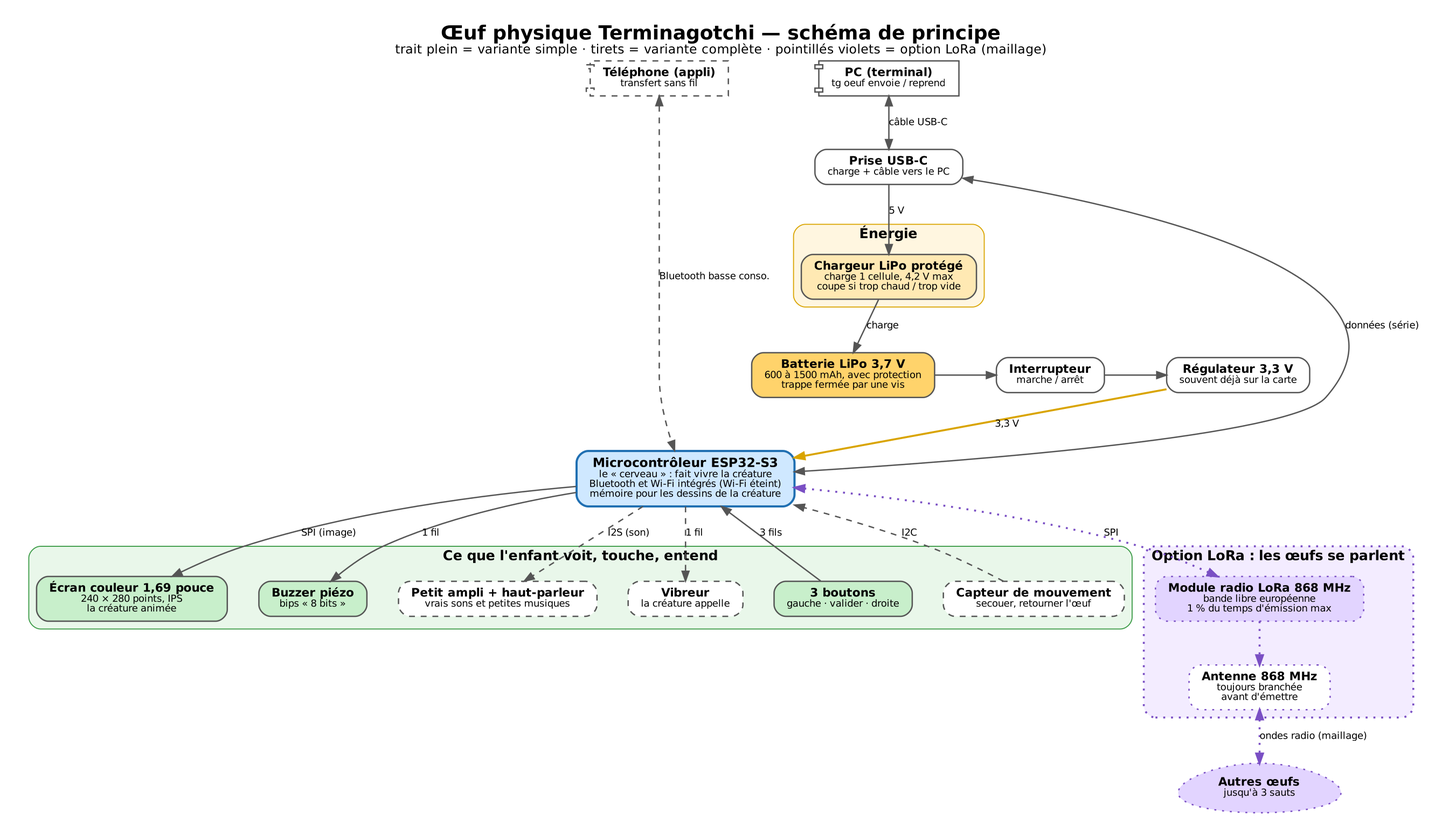
Before: docs/oeuf/schema_de_principe.png, a diagram exported from Graphviz (grecdel/terminagotchi). Its source is kept beside it as docs/oeuf/schema_de_principe.dot. Its diagram source:
```dot
digraph oeuf {
  graph [rankdir=TB, fontname="DejaVu Sans", fontsize=20, labelloc=t, nodesep=0.45, ranksep=0.6,
         bgcolor="white", pad=0.3,
         label=<<b>Œuf physique Terminagotchi — schéma de principe</b><br/><font point-size="13">trait plein = variante simple · tirets = variante complète · pointillés violets = option LoRa (maillage)</font>>];
  node  [fontname="DejaVu Sans", fontsize=12, shape=box, style="rounded,filled", fillcolor="#f2f2f2", color="#555555", penwidth=1.4, margin="0.18,0.10"];
  edge  [fontname="DejaVu Sans", fontsize=10, color="#555555", penwidth=1.4];

  subgraph cluster_energie {
    label=<<b>Énergie</b>>; style="rounded,filled"; fillcolor="#fff6e0"; color="#d9a400"; fontsize=14;
    usb      [label=<<b>Prise USB-C</b><br/><font point-size="10">charge + câble vers le PC</font>>, fillcolor="#ffffff"];
    chargeur [label=<<b>Chargeur LiPo protégé</b><br/><font point-size="10">charge 1 cellule, 4,2 V max<br/>coupe si trop chaud / trop vide</font>>, fillcolor="#ffe9b3"];
    batterie [label=<<b>Batterie LiPo 3,7 V</b><br/><font point-size="10">600 à 1500 mAh, avec protection<br/>trappe fermée par une vis</font>>, fillcolor="#ffd36b"];
    inter    [label=<<b>Interrupteur</b><br/><font point-size="10">marche / arrêt</font>>, fillcolor="#ffffff"];
    regul    [label=<<b>Régulateur 3,3 V</b><br/><font point-size="10">souvent déjà sur la carte</font>>, fillcolor="#ffffff"];
  }

  mcu [label=<<b>Microcontrôleur ESP32-S3</b><br/><font point-size="10">le « cerveau » : fait vivre la créature<br/>Bluetooth et Wi-Fi intégrés (Wi-Fi éteint)<br/>mémoire pour les dessins de la créature</font>>,
       fillcolor="#cfe8ff", color="#1f6fb2", penwidth=2.2, fontsize=13];

  subgraph cluster_interface {
    label=<<b>Ce que l'enfant voit, touche, entend</b>>; style="rounded,filled"; fillcolor="#e9f7ea"; color="#3a9a45"; fontsize=14;
    ecran   [label=<<b>Écran couleur 1,69 pouce</b><br/><font point-size="10">240 × 280 points, IPS<br/>la créature animée</font>>, fillcolor="#c8efcb"];
    boutons [label=<<b>3 boutons</b><br/><font point-size="10">gauche · valider · droite</font>>, fillcolor="#c8efcb"];
    buzzer  [label=<<b>Buzzer piézo</b><br/><font point-size="10">bips « 8 bits »</font>>, fillcolor="#c8efcb"];
    ampli   [label=<<b>Petit ampli + haut-parleur</b><br/><font point-size="10">vrais sons et petites musiques</font>>, fillcolor="#ffffff", style="rounded,filled,dashed"];
    capteur [label=<<b>Capteur de mouvement</b><br/><font point-size="10">secouer, retourner l'œuf</font>>, fillcolor="#ffffff", style="rounded,filled,dashed"];
    vibreur [label=<<b>Vibreur</b><br/><font point-size="10">la créature appelle</font>>, fillcolor="#ffffff", style="rounded,filled,dashed"];
  }

  subgraph cluster_lora {
    label=<<b>Option LoRa : les œufs se parlent</b>>; style="rounded,filled,dotted"; fillcolor="#f3ecff"; color="#7a4fc4"; fontsize=14; penwidth=2;
    lora    [label=<<b>Module radio LoRa 868 MHz</b><br/><font point-size="10">bande libre européenne<br/>1 % du temps d'émission max</font>>, fillcolor="#e2d4ff", style="rounded,filled,dotted", color="#7a4fc4"];
    antenne [label=<<b>Antenne 868 MHz</b><br/><font point-size="10">toujours branchée<br/>avant d'émettre</font>>, fillcolor="#ffffff", style="rounded,filled,dotted", color="#7a4fc4"];
  }

  pc  [label=<<b>PC (terminal)</b><br/><font point-size="10">tg oeuf envoie / reprend</font>>, shape=component, fillcolor="#ffffff"];
  tel [label=<<b>Téléphone (appli)</b><br/><font point-size="10">transfert sans fil</font>>, shape=component, fillcolor="#ffffff", style="filled,dashed"];
  autres [label=<<b>Autres œufs</b><br/><font point-size="10">jusqu'à 3 sauts</font>>, shape=egg, fillcolor="#e2d4ff", style="filled,dotted", color="#7a4fc4"];

  usb -> chargeur [label="5 V"];
  chargeur -> batterie [label="charge"];
  batterie -> inter;
  inter -> regul;
  regul -> mcu [label="3,3 V", color="#d9a400", penwidth=2];

  pc -> usb [label="câble USB-C", dir=both];
  usb -> mcu [label="données (série)", dir=both, constraint=false];
  tel -> mcu [label="Bluetooth basse conso.", dir=both, style=dashed];

  mcu -> ecran   [label="SPI (image)"];
  boutons -> mcu [label="3 fils"];
  mcu -> buzzer  [label="1 fil"];
  mcu -> ampli   [label="I2S (son)", style=dashed];
  capteur -> mcu [label="I2C", style=dashed];
  mcu -> vibreur [label="1 fil", style=dashed];
  mcu -> lora    [label="SPI", dir=both, style=dotted, color="#7a4fc4", penwidth=2];
  lora -> antenne [style=dotted, color="#7a4fc4", penwidth=2];
  antenne -> autres [label="ondes radio (maillage)", dir=both, style=dotted, color="#7a4fc4", penwidth=2];

  { rank=same; pc; tel; }
  { rank=same; usb; }
  { rank=same; batterie; inter; regul; }
}
```
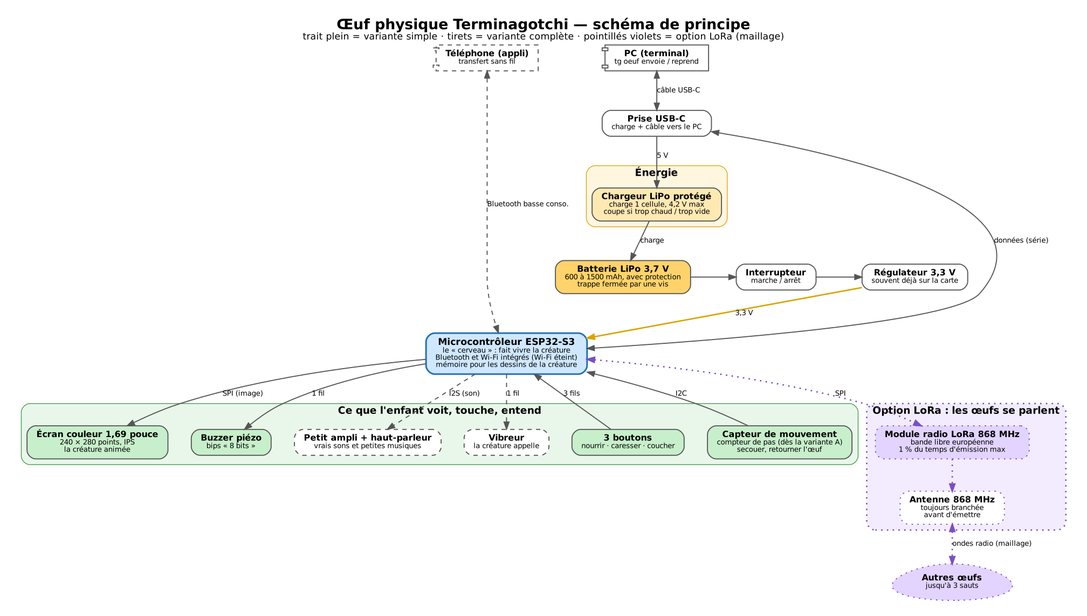
Above is the later version.

What changed in the source:
```diff
@@ -20,10 +20,10 @@
   subgraph cluster_interface {
     label=<<b>Ce que l'enfant voit, touche, entend</b>>; style="rounded,filled"; fillcolor="#e9f7ea"; color="#3a9a45"; fontsize=14;
     ecran   [label=<<b>Écran couleur 1,69 pouce</b><br/><font point-size="10">240 × 280 points, IPS<br/>la créature animée</font>>, fillcolor="#c8efcb"];
-    boutons [label=<<b>3 boutons</b><br/><font point-size="10">gauche · valider · droite</font>>, fillcolor="#c8efcb"];
+    boutons [label=<<b>3 boutons</b><br/><font point-size="10">nourrir · caresser · coucher</font>>, fillcolor="#c8efcb"];
     buzzer  [label=<<b>Buzzer piézo</b><br/><font point-size="10">bips « 8 bits »</font>>, fillcolor="#c8efcb"];
     ampli   [label=<<b>Petit ampli + haut-parleur</b><br/><font point-size="10">vrais sons et petites musiques</font>>, fillcolor="#ffffff", style="rounded,filled,dashed"];
-    capteur [label=<<b>Capteur de mouvement</b><br/><font point-size="10">secouer, retourner l'œuf</font>>, fillcolor="#ffffff", style="rounded,filled,dashed"];
+    capteur [label=<<b>Capteur de mouvement</b><br/><font point-size="10">compteur de pas (dès la variante A)<br/>secouer, retourner l'œuf</font>>, fillcolor="#c8efcb"];
     vibreur [label=<<b>Vibreur</b><br/><font point-size="10">la créature appelle</font>>, fillcolor="#ffffff", style="rounded,filled,dashed"];
   }
 
@@ -51,7 +51,7 @@
   boutons -> mcu [label="3 fils"];
   mcu -> buzzer  [label="1 fil"];
   mcu -> ampli   [label="I2S (son)", style=dashed];
-  capteur -> mcu [label="I2C", style=dashed];
+  capteur -> mcu [label="I2C"];
   mcu -> vibreur [label="1 fil", style=dashed];
   mcu -> lora    [label="SPI", dir=both, style=dotted, color="#7a4fc4", penwidth=2];
   lora -> antenne [style=dotted, color="#7a4fc4", penwidth=2];
```
